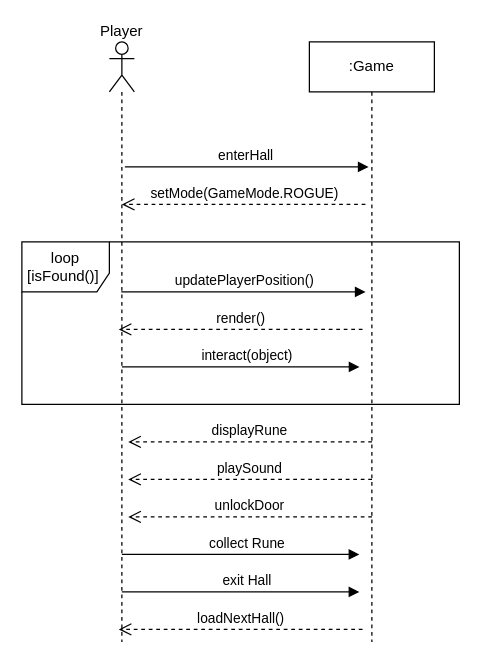
Above: System Sequence Diagrams (SSD)/Find_Rune.drawio in zeynepyorulmaz/Rogue-Like (draw.io), before the change. Source tidied: cells renumbered, new cells numbered last; positions are measured from the earlier drawing's top-left corner, leaving out a move shared by most shapes. Both pictures are drawn from the tidied source at 125%, with x=0, y=0 at pixel (21, 41).
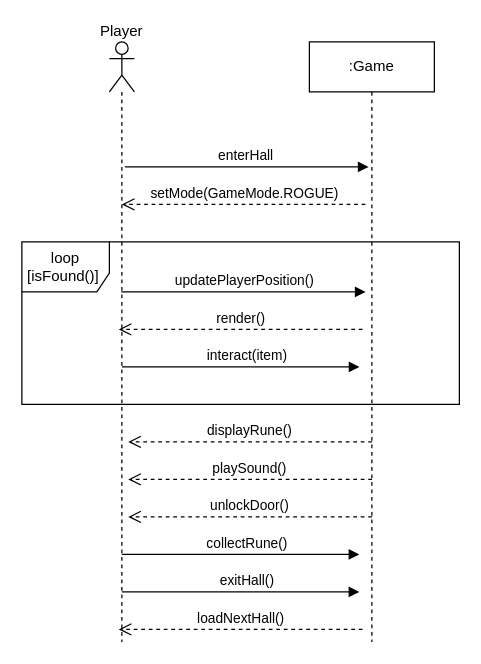
The same page after the edit.

Diff of the diagram source:
```diff
@@
-    <mxCell id="8" value="interact(object)" style="html=1;verticalAlign=bottom;endArrow=block;curved=0;rounded=0;" parent="1" edge="1">
+    <mxCell id="8" value="interact(item)" style="html=1;verticalAlign=bottom;endArrow=block;curved=0;rounded=0;" parent="1" edge="1">
       <mxGeometry x="0.05" relative="1" as="geometry">
         <mxPoint x="80.1" y="260" as="sourcePoint" />
         <mxPoint x="270.1" y="260" as="targetPoint" />
       </mxGeometry>
     </mxCell>
@@
-    <mxCell id="10" value="displayRune" style="html=1;verticalAlign=bottom;endArrow=open;dashed=1;endSize=8;curved=0;rounded=0;" parent="1" edge="1">
+    <mxCell id="10" value="displayRune()" style="html=1;verticalAlign=bottom;endArrow=open;dashed=1;endSize=8;curved=0;rounded=0;" parent="1" edge="1">
       <mxGeometry relative="1" as="geometry">
         <mxPoint x="280.1" y="320" as="sourcePoint" />
         <mxPoint x="85.1" y="320" as="targetPoint" />
       </mxGeometry>
     </mxCell>
-    <mxCell id="11" value="playSound" style="html=1;verticalAlign=bottom;endArrow=open;dashed=1;endSize=8;curved=0;rounded=0;" parent="1" edge="1">
+    <mxCell id="11" value="playSound()" style="html=1;verticalAlign=bottom;endArrow=open;dashed=1;endSize=8;curved=0;rounded=0;" parent="1" edge="1">
       <mxGeometry relative="1" as="geometry">
         <mxPoint x="280.1" y="350" as="sourcePoint" />
         <mxPoint x="85.1" y="350" as="targetPoint" />
       </mxGeometry>
     </mxCell>
-    <mxCell id="12" value="unlockDoor" style="html=1;verticalAlign=bottom;endArrow=open;dashed=1;endSize=8;curved=0;rounded=0;" parent="1" edge="1">
+    <mxCell id="12" value="unlockDoor()" style="html=1;verticalAlign=bottom;endArrow=open;dashed=1;endSize=8;curved=0;rounded=0;" parent="1" edge="1">
       <mxGeometry relative="1" as="geometry">
         <mxPoint x="280.1" y="380" as="sourcePoint" />
         <mxPoint x="85.1" y="380" as="targetPoint" />
       </mxGeometry>
     </mxCell>
-    <mxCell id="13" value="collect Rune" style="html=1;verticalAlign=bottom;endArrow=block;curved=0;rounded=0;" parent="1" edge="1">
+    <mxCell id="13" value="collectRune()" style="html=1;verticalAlign=bottom;endArrow=block;curved=0;rounded=0;" parent="1" edge="1">
       <mxGeometry x="0.05" relative="1" as="geometry">
         <mxPoint x="80" y="410" as="sourcePoint" />
         <mxPoint x="270" y="410" as="targetPoint" />
       </mxGeometry>
     </mxCell>
-    <mxCell id="14" value="exit Hall" style="html=1;verticalAlign=bottom;endArrow=block;curved=0;rounded=0;" parent="1" edge="1">
+    <mxCell id="14" value="exitHall()" style="html=1;verticalAlign=bottom;endArrow=block;curved=0;rounded=0;" parent="1" edge="1">
       <mxGeometry x="0.05" relative="1" as="geometry">
         <mxPoint x="80" y="440" as="sourcePoint" />
         <mxPoint x="270" y="440" as="targetPoint" />
       </mxGeometry>
     </mxCell>
```
